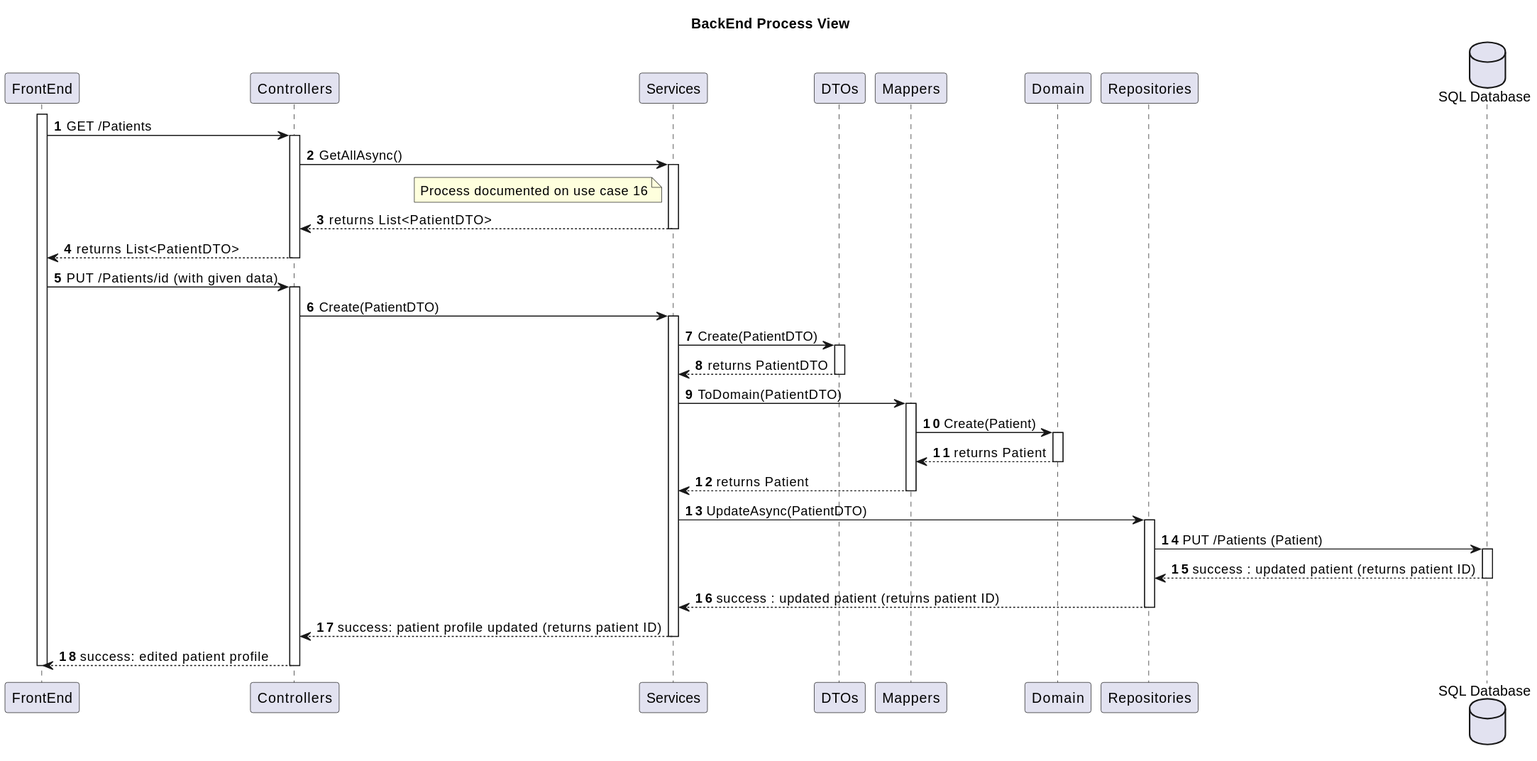
MiguelCardoso77/SurgicalSync-BackEnd keeps this PlantUML diagram as Wiki/SprintA/diagrams/use-cases/13-edit-patient-profile/level3/backend-process-view.svg. Above is the earlier version. The source it was exported from:
```plantuml
@startuml
autonumber

title BackEnd Process View

participant "FrontEnd" as FE
participant "Controllers" as CN
participant "Services" as SV
participant "DTOs" as DTO
participant "Mappers" as MP
participant "Domain" as DM
participant "Repositories" as REPO
database "SQL Database" as SQL

activate FE
    FE -> CN : GET /Patients
    activate CN

        CN -> SV : GetAllAsync()
        activate SV

            note left of SV
                Process documented on use case 16
            end note

            SV --> CN : returns List<PatientDTO>
        deactivate SV

    CN --> FE : returns List<PatientDTO>
    deactivate CN

    FE -> CN: PUT /Patients/id (with given data)
    activate CN

        CN -> SV : Create(PatientDTO)
        activate SV

            SV -> DTO : Create(PatientDTO)
            activate DTO

                DTO --> SV : returns PatientDTO
            deactivate DTO

            SV -> MP : ToDomain(PatientDTO)
            activate MP

                MP -> DM : Create(Patient)
                activate DM

                    DM --> MP : returns Patient
                deactivate DM

                MP --> SV : returns Patient
            deactivate MP

            SV -> REPO : UpdateAsync(PatientDTO)
            activate REPO

                REPO -> SQL : PUT /Patients (Patient)
                activate SQL

                    SQL --> REPO : success : updated patient (returns patient ID)
                deactivate SQL

                REPO --> SV : success : updated patient (returns patient ID)
            deactivate REPO

            SV --> CN : success: patient profile updated (returns patient ID)
        deactivate SV

        CN --> FE : success: edited patient profile
    deactivate CN
deactivate FE

@enduml
```
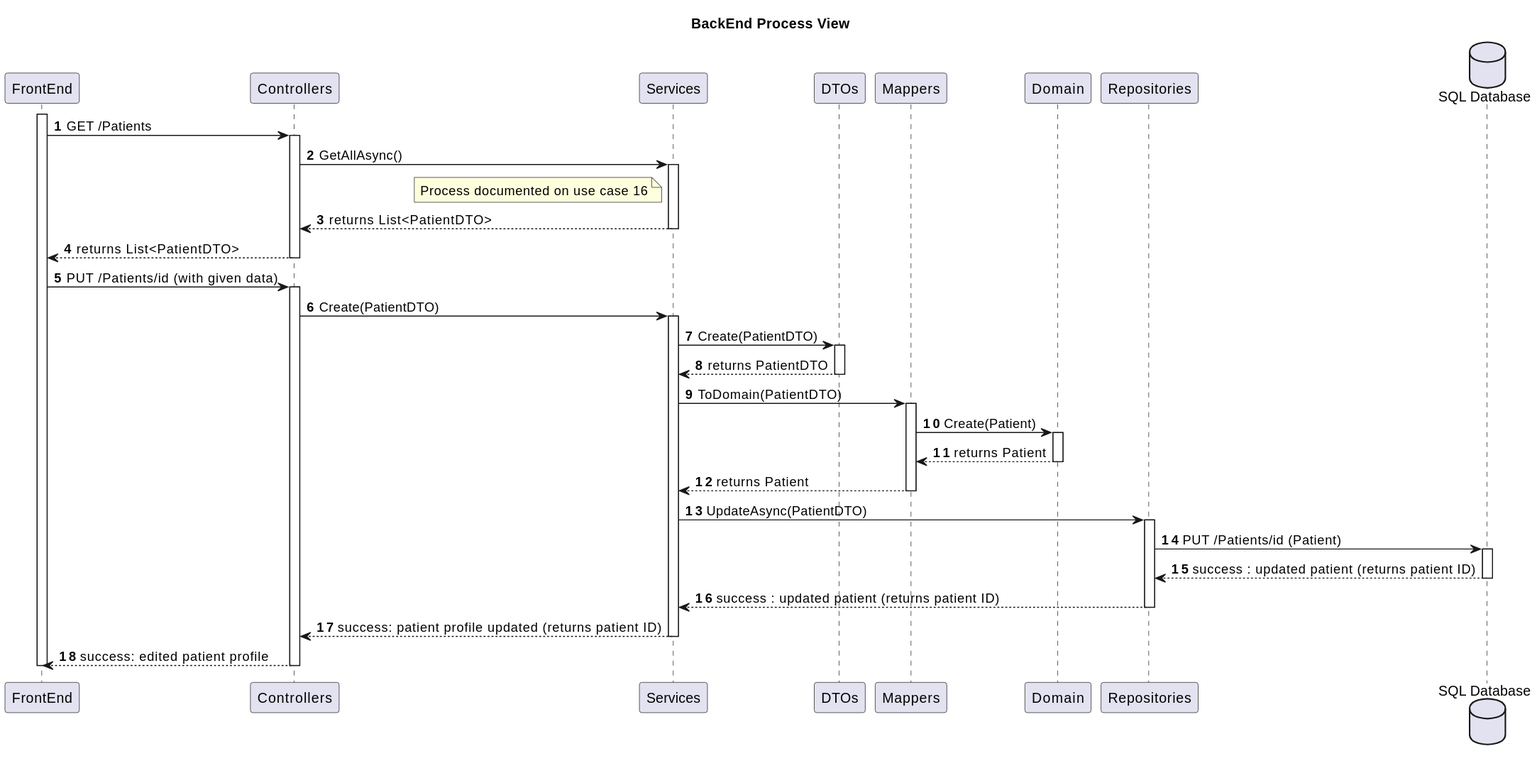
Later version of the same file.

Commit message:
#9 - correction of errors in documentation

The edit, as a diff of the source:
```diff
@@ -56,7 +56,7 @@
             SV -> REPO : UpdateAsync(PatientDTO)
             activate REPO
 
-                REPO -> SQL : PUT /Patients (Patient)
+                REPO -> SQL : PUT /Patients/id (Patient)
                 activate SQL
 
                     SQL --> REPO : success : updated patient (returns patient ID)
```
